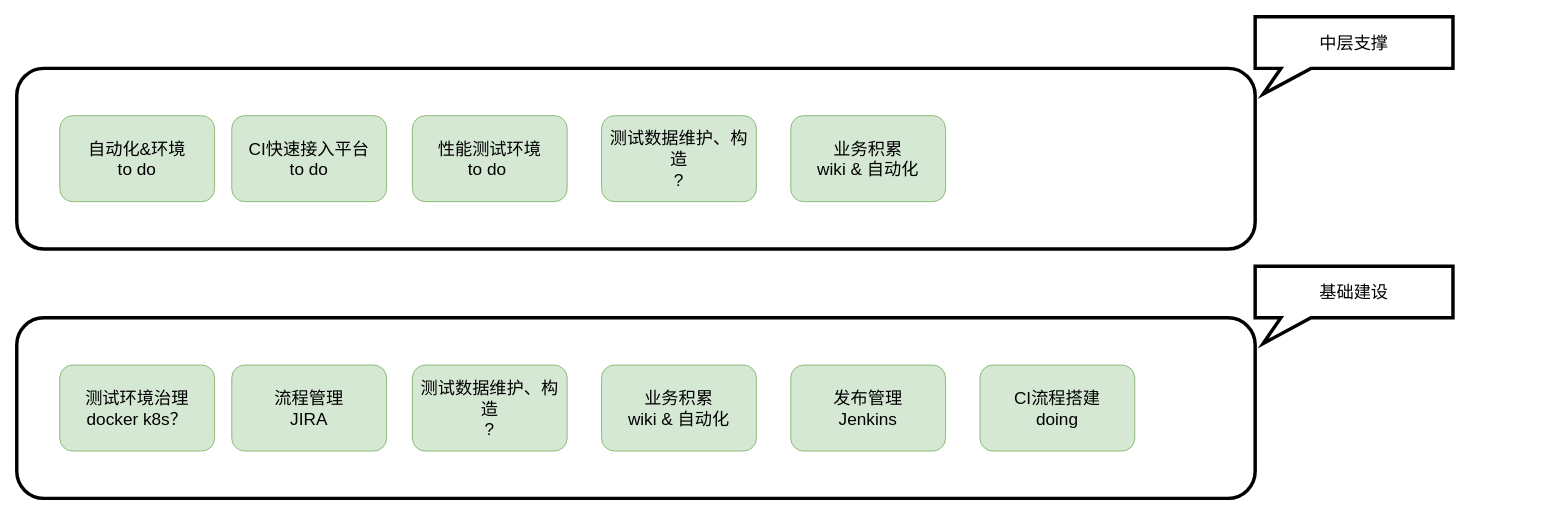
Earlier version of the draw.io diagram AIQA搭建.drawio (AutoAllenWu/MyAuto). Source tidied: cells renumbered, new cells numbered last; positions are measured from the earlier drawing's top-left corner, leaving out a move shared by most shapes. Both pictures are drawn from the tidied source at 86%, with x=0, y=0 at pixel (16, 16).
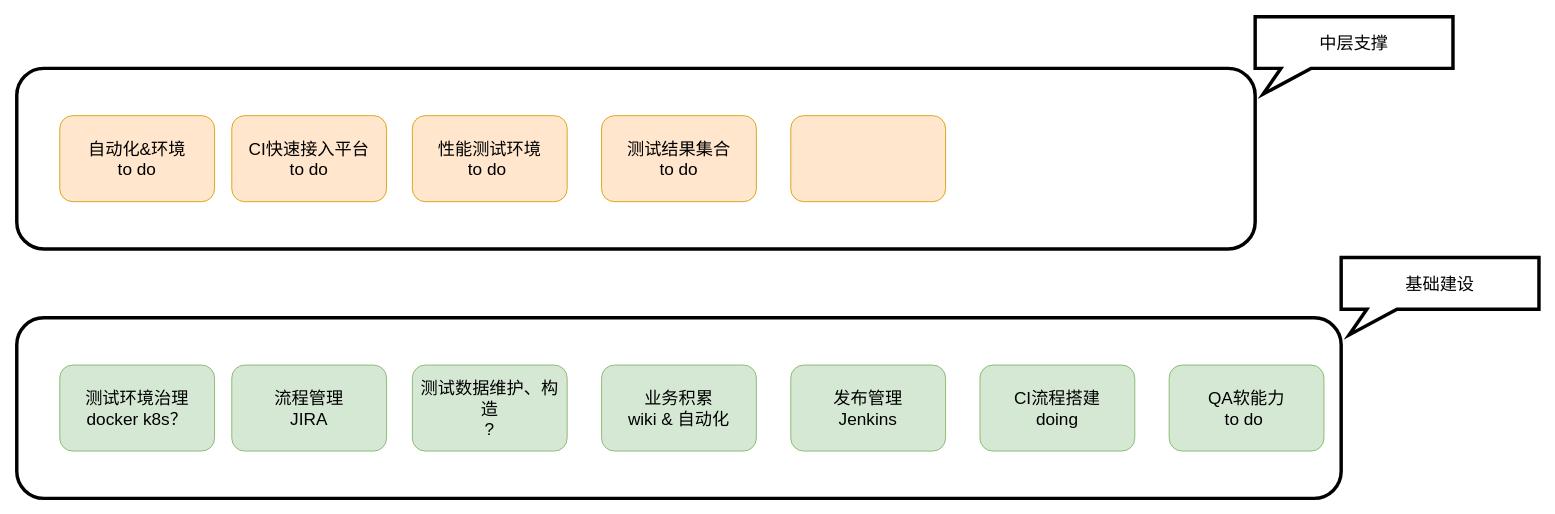
The same page after the edit.

The edit, as a diff of the source:
```diff
@@
 <mxGraphModel>
   <root>
     <mxCell id="0" />
     <mxCell id="1" parent="0" />
     <mxCell id="2" style="rounded=1;whiteSpace=wrap;html=1;strokeWidth=4;" parent="1" vertex="1">
-      <mxGeometry y="350" width="1440" height="210" as="geometry" />
+      <mxGeometry y="350" width="1540" height="210" as="geometry" />
     </mxCell>
     <mxCell id="3" value="基础建设" style="shape=callout;whiteSpace=wrap;html=1;perimeter=calloutPerimeter;base=35;size=30;position=0.13;position2=0.04;fontSize=20;strokeWidth=4;" parent="1" vertex="1">
-      <mxGeometry x="1440" y="290" width="230" height="90" as="geometry" />
+      <mxGeometry x="1540" y="280" width="230" height="90" as="geometry" />
     </mxCell>
     <mxCell id="4" value="测试环境治理&lt;br&gt;docker k8s？" style="rounded=1;whiteSpace=wrap;html=1;fontSize=20;fillColor=#d5e8d4;strokeColor=#82b366;" parent="1" vertex="1">
       <mxGeometry x="50" y="405" width="180" height="100" as="geometry" />
     </mxCell>
     <mxCell id="5" value="流程管理&lt;br&gt;JIRA" style="rounded=1;whiteSpace=wrap;html=1;fontSize=20;fillColor=#d5e8d4;strokeColor=#82b366;" parent="1" vertex="1">
       <mxGeometry x="250" y="405" width="180" height="100" as="geometry" />
     </mxCell>
     <mxCell id="6" value="发布管理&lt;br&gt;Jenkins" style="rounded=1;whiteSpace=wrap;html=1;fontSize=20;fillColor=#d5e8d4;strokeColor=#82b366;" parent="1" vertex="1">
       <mxGeometry x="900" y="405" width="180" height="100" as="geometry" />
     </mxCell>
     <mxCell id="7" value="测试数据维护、构造&lt;br&gt;?" style="rounded=1;whiteSpace=wrap;html=1;fontSize=20;fillColor=#d5e8d4;strokeColor=#82b366;" parent="1" vertex="1">
       <mxGeometry x="460" y="405" width="180" height="100" as="geometry" />
     </mxCell>
     <mxCell id="8" value="业务积累&lt;br&gt;wiki &amp;amp; 自动化" style="rounded=1;whiteSpace=wrap;html=1;fontSize=20;fillColor=#d5e8d4;strokeColor=#82b366;" parent="1" vertex="1">
       <mxGeometry x="680" y="405" width="180" height="100" as="geometry" />
     </mxCell>
     <mxCell id="9" style="rounded=1;whiteSpace=wrap;html=1;strokeWidth=4;" parent="1" vertex="1">
       <mxGeometry y="60" width="1440" height="210" as="geometry" />
     </mxCell>
     <mxCell id="10" value="中层支撑" style="shape=callout;whiteSpace=wrap;html=1;perimeter=calloutPerimeter;base=35;size=30;position=0.13;position2=0.04;fontSize=20;strokeWidth=4;" parent="1" vertex="1">
       <mxGeometry x="1440" width="230" height="90" as="geometry" />
     </mxCell>
-    <mxCell id="11" value="自动化&amp;amp;环境&lt;br&gt;to do" style="rounded=1;whiteSpace=wrap;html=1;fontSize=20;fillColor=#d5e8d4;strokeColor=#82b366;" parent="1" vertex="1">
+    <mxCell id="11" value="自动化&amp;amp;环境&lt;br&gt;to do" style="rounded=1;whiteSpace=wrap;html=1;fontSize=20;fillColor=#ffe6cc;strokeColor=#d79b00;" parent="1" vertex="1">
       <mxGeometry x="50" y="115" width="180" height="100" as="geometry" />
     </mxCell>
-    <mxCell id="12" value="CI快速接入平台&lt;br&gt;to do" style="rounded=1;whiteSpace=wrap;html=1;fontSize=20;fillColor=#d5e8d4;strokeColor=#82b366;" parent="1" vertex="1">
+    <mxCell id="12" value="CI快速接入平台&lt;br&gt;to do" style="rounded=1;whiteSpace=wrap;html=1;fontSize=20;fillColor=#ffe6cc;strokeColor=#d79b00;" parent="1" vertex="1">
       <mxGeometry x="250" y="115" width="180" height="100" as="geometry" />
     </mxCell>
-    <mxCell id="13" value="性能测试环境&lt;br&gt;to do&amp;nbsp;" style="rounded=1;whiteSpace=wrap;html=1;fontSize=20;fillColor=#d5e8d4;strokeColor=#82b366;" parent="1" vertex="1">
+    <mxCell id="13" value="性能测试环境&lt;br&gt;to do&amp;nbsp;" style="rounded=1;whiteSpace=wrap;html=1;fontSize=20;fillColor=#ffe6cc;strokeColor=#d79b00;" parent="1" vertex="1">
       <mxGeometry x="460" y="115" width="180" height="100" as="geometry" />
     </mxCell>
-    <mxCell id="14" value="测试数据维护、构造&lt;br&gt;?" style="rounded=1;whiteSpace=wrap;html=1;fontSize=20;fillColor=#d5e8d4;strokeColor=#82b366;" parent="1" vertex="1">
+    <mxCell id="14" value="测试结果集合&lt;br&gt;to do" style="rounded=1;whiteSpace=wrap;html=1;fontSize=20;fillColor=#ffe6cc;strokeColor=#d79b00;" parent="1" vertex="1">
       <mxGeometry x="680" y="115" width="180" height="100" as="geometry" />
     </mxCell>
-    <mxCell id="15" value="业务积累&lt;br&gt;wiki &amp;amp; 自动化" style="rounded=1;whiteSpace=wrap;html=1;fontSize=20;fillColor=#d5e8d4;strokeColor=#82b366;" parent="1" vertex="1">
+    <mxCell id="15" style="rounded=1;whiteSpace=wrap;html=1;fontSize=20;fillColor=#ffe6cc;strokeColor=#d79b00;" parent="1" vertex="1">
       <mxGeometry x="900" y="115" width="180" height="100" as="geometry" />
     </mxCell>
     <mxCell id="16" value="CI流程搭建&lt;br&gt;doing" style="rounded=1;whiteSpace=wrap;html=1;fontSize=20;fillColor=#d5e8d4;strokeColor=#82b366;" parent="1" vertex="1">
       <mxGeometry x="1120" y="405" width="180" height="100" as="geometry" />
     </mxCell>
+    <mxCell id="17" value="QA软能力&lt;br&gt;to do&amp;nbsp;" style="rounded=1;whiteSpace=wrap;html=1;fontSize=20;fillColor=#d5e8d4;strokeColor=#82b366;" parent="1" vertex="1">
+      <mxGeometry x="1340" y="405" width="180" height="100" as="geometry" />
+    </mxCell>
   </root>
 </mxGraphModel>
```
